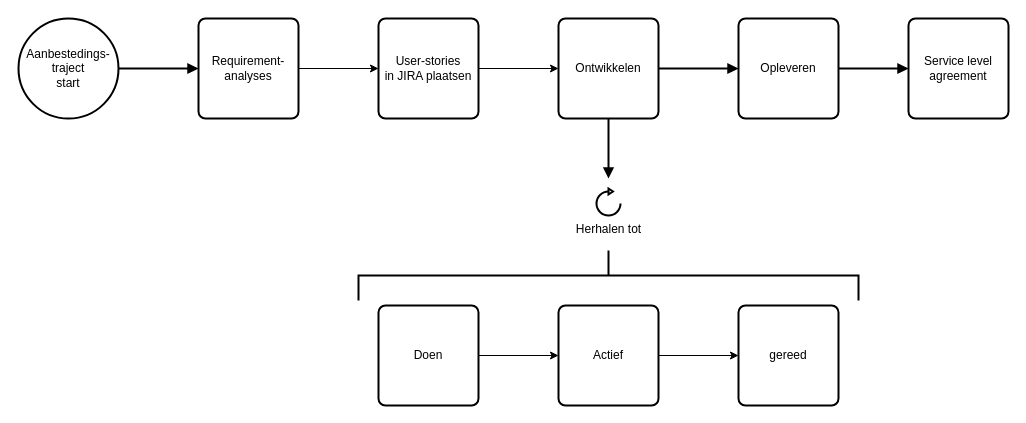
Earlier version of the draw.io diagram page "Bedrijfsprocess" (5 of 12) of cli app.drawio (luukvankooten/draw.io). Source tidied: cells renumbered, new cells numbered last; positions are measured from the earlier drawing's top-left corner, leaving out a move shared by most shapes. Both pictures are drawn from the tidied source at 100%, with x=0, y=0 at pixel (18, 18).
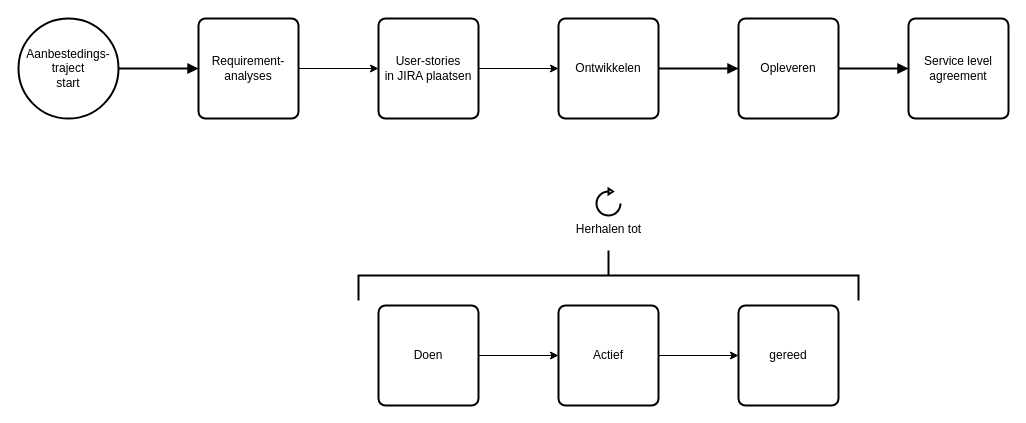
The same diagram, later.

The change refers to these unchanged cells:
```xml
<mxCell id="8" value="&lt;div&gt;Ontwikkelen&lt;/div&gt;" style="rounded=1;whiteSpace=wrap;html=1;absoluteArcSize=1;arcSize=14;strokeWidth=2;" parent="1" vertex="1">
  <mxGeometry x="540" width="100" height="100" as="geometry" />
</mxCell>
```

The edit, as a diff of the source:
```diff
@@
-    <mxCell id="6" style="edgeStyle=orthogonalEdgeStyle;rounded=0;jettySize=auto;html=1;strokeWidth=2;endArrow=block;endFill=1;" parent="1" edge="1" source="8">
-      <mxGeometry relative="1" as="geometry">
-        <mxPoint x="590" y="160" as="targetPoint" />
-      </mxGeometry>
-    </mxCell>
```
